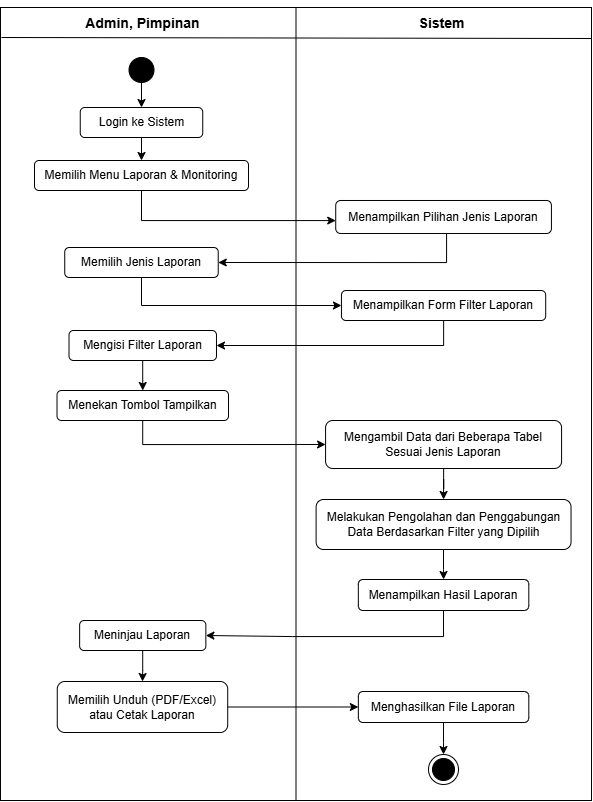
The draw.io diagram Activity Diagram/Laporan AD.drawio.png in fatihfaritshi/Draft-Tugas-Akhir-, before a commit. Source tidied: cells renumbered, new cells last; positions are measured from the earlier drawing's top-left corner, leaving out a move shared by most shapes.
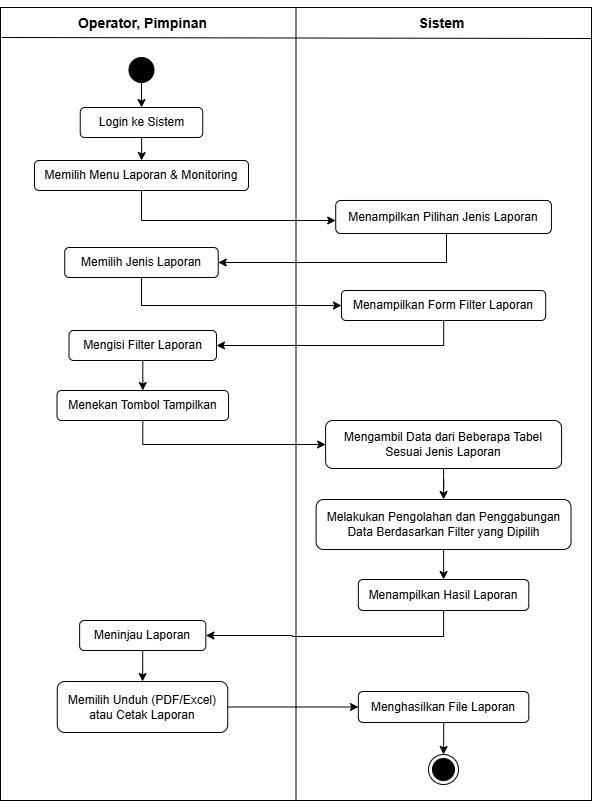
After the commit.

What changed in the source:
```diff
@@ -14,7 +14,7 @@
         <mxPoint x="591" y="38" as="targetPoint" />
       </mxGeometry>
     </mxCell>
-    <mxCell id="5" value="&lt;font style=&quot;font-size: 14px;&quot;&gt;Admin, Pimpinan&lt;/font&gt;" style="text;strokeColor=none;fillColor=none;html=1;fontSize=24;fontStyle=1;verticalAlign=middle;align=center;" parent="1" vertex="1">
+    <mxCell id="5" value="&lt;font style=&quot;font-size: 14px;&quot;&gt;Operator, Pimpinan&lt;/font&gt;" style="text;strokeColor=none;fillColor=none;html=1;fontSize=24;fontStyle=1;verticalAlign=middle;align=center;" parent="1" vertex="1">
       <mxGeometry x="92.2" width="100" height="40" as="geometry" />
     </mxCell>
     <mxCell id="6" value="&lt;font style=&quot;font-size: 14px;&quot;&gt;Sistem&lt;/font&gt;" style="text;strokeColor=none;fillColor=none;html=1;fontSize=24;fontStyle=1;verticalAlign=middle;align=center;" parent="1" vertex="1">
```
